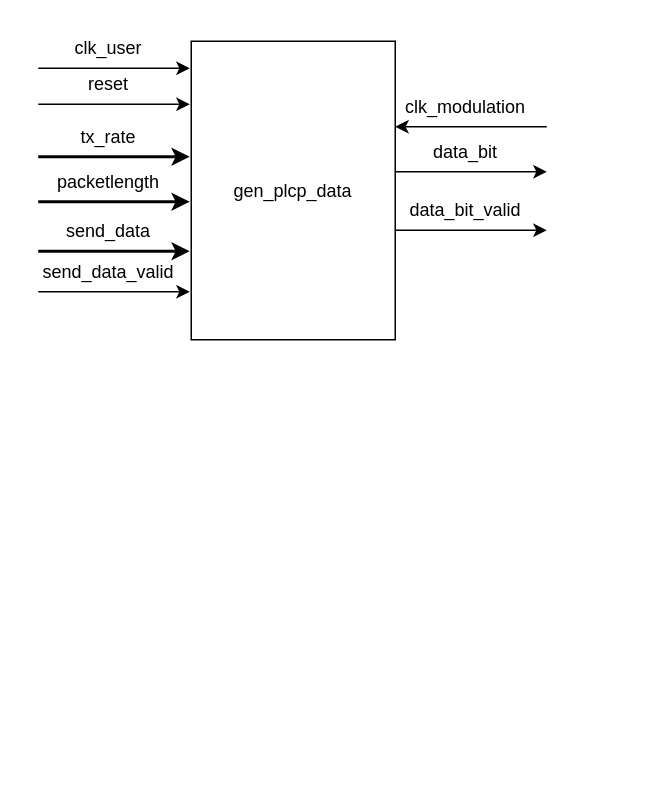
This is source/_posts/2022.4/OFDM-802-11a学习-数据扰码模块/module_design.drawio from black-pigeon/black-pigeon.github.io, a draw.io file, before an edit. Source tidied: cells renumbered, new cells numbered last; positions are measured from the earlier drawing's top-left corner, leaving out a move shared by most shapes. Both pictures are drawn from the tidied source at 150%, with x=0, y=0 at pixel (38, 26).
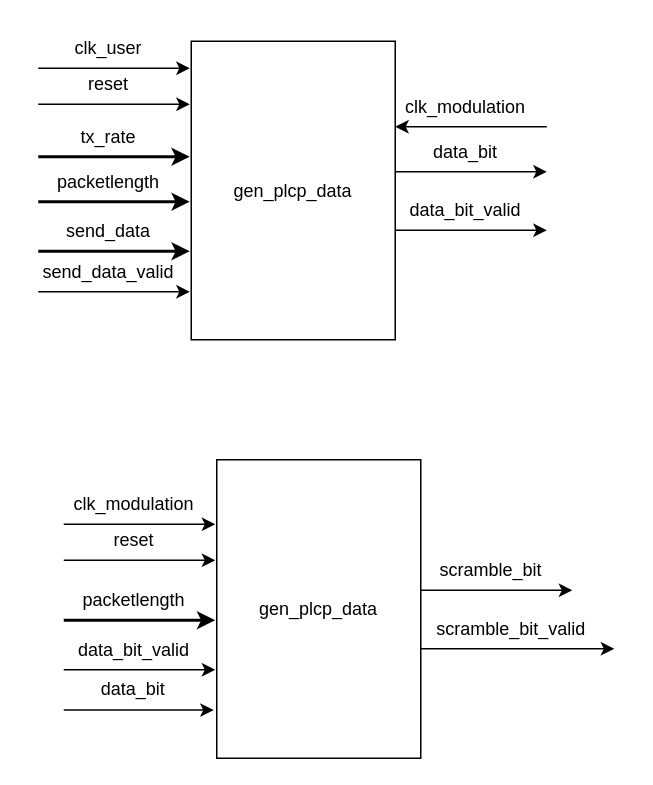
The same page after the edit.

Diff of the diagram source:
```diff
@@
+    <mxCell id="30" value="&lt;font color=&quot;#000000&quot;&gt;gen_plcp_data&lt;/font&gt;" style="rounded=0;whiteSpace=wrap;html=1;fillColor=none;strokeColor=#000000;" parent="1" vertex="1">
+      <mxGeometry x="119" y="289" width="136" height="199" as="geometry" />
+    </mxCell>
+    <mxCell id="31" style="group;" parent="1" vertex="1">
+      <mxGeometry x="17" y="304" width="101" height="30" as="geometry" />
+    </mxCell>
+    <mxCell id="32" style="endArrow=classic;html=1;fontColor=#000000;strokeColor=#000000;" parent="31" edge="1">
+      <mxGeometry relative="1" as="geometry">
+        <mxPoint y="28" as="sourcePoint" />
+        <mxPoint x="101" y="28" as="targetPoint" />
+      </mxGeometry>
+    </mxCell>
+    <mxCell id="33" value="clk_modulation" style="text;html=1;strokeColor=none;fillColor=none;align=center;verticalAlign=middle;whiteSpace=wrap;rounded=0;fontColor=#000000;" parent="31" vertex="1">
+      <mxGeometry x="17" width="60" height="30" as="geometry" />
+    </mxCell>
+    <mxCell id="34" style="group;" parent="1" vertex="1">
+      <mxGeometry x="17" y="328" width="101" height="30" as="geometry" />
+    </mxCell>
+    <mxCell id="35" style="endArrow=classic;html=1;fontColor=#000000;strokeColor=#000000;" parent="34" edge="1">
+      <mxGeometry relative="1" as="geometry">
+        <mxPoint y="28" as="sourcePoint" />
+        <mxPoint x="101" y="28" as="targetPoint" />
+      </mxGeometry>
+    </mxCell>
+    <mxCell id="36" value="reset" style="text;html=1;strokeColor=none;fillColor=none;align=center;verticalAlign=middle;whiteSpace=wrap;rounded=0;fontColor=#000000;" parent="34" vertex="1">
+      <mxGeometry x="17" width="60" height="30" as="geometry" />
+    </mxCell>
+    <mxCell id="37" style="group;" parent="1" vertex="1">
+      <mxGeometry x="17" y="368" width="101" height="30" as="geometry" />
+    </mxCell>
+    <mxCell id="38" style="endArrow=classic;html=1;fontColor=#000000;strokeColor=#000000;strokeWidth=2;" parent="37" edge="1">
+      <mxGeometry relative="1" as="geometry">
+        <mxPoint y="28" as="sourcePoint" />
+        <mxPoint x="101" y="28" as="targetPoint" />
+      </mxGeometry>
+    </mxCell>
+    <mxCell id="39" value="packetlength" style="text;html=1;strokeColor=none;fillColor=none;align=center;verticalAlign=middle;whiteSpace=wrap;rounded=0;fontColor=#000000;" parent="37" vertex="1">
+      <mxGeometry x="17" width="60" height="30" as="geometry" />
+    </mxCell>
+    <mxCell id="40" style="group;" parent="1" vertex="1">
+      <mxGeometry x="17" y="401" width="101" height="30" as="geometry" />
+    </mxCell>
+    <mxCell id="41" style="endArrow=classic;html=1;fontColor=#000000;strokeColor=#000000;strokeWidth=1;" parent="40" edge="1">
+      <mxGeometry relative="1" as="geometry">
+        <mxPoint y="28" as="sourcePoint" />
+        <mxPoint x="101" y="28" as="targetPoint" />
+      </mxGeometry>
+    </mxCell>
+    <mxCell id="42" value="data_bit_valid" style="text;html=1;strokeColor=none;fillColor=none;align=center;verticalAlign=middle;whiteSpace=wrap;rounded=0;fontColor=#000000;" parent="40" vertex="1">
+      <mxGeometry x="17" width="60" height="30" as="geometry" />
+    </mxCell>
+    <mxCell id="43" style="group;" parent="1" vertex="1">
+      <mxGeometry x="17" y="426" width="100" height="32" as="geometry" />
+    </mxCell>
+    <mxCell id="44" style="endArrow=classic;html=1;fontColor=#000000;strokeColor=#000000;" parent="43" edge="1">
+      <mxGeometry relative="1" as="geometry">
+        <mxPoint y="29.9" as="sourcePoint" />
+        <mxPoint x="100" y="29.9" as="targetPoint" />
+      </mxGeometry>
+    </mxCell>
+    <mxCell id="45" value="data_bit" style="text;html=1;strokeColor=none;fillColor=none;align=center;verticalAlign=middle;whiteSpace=wrap;rounded=0;fontColor=#000000;" parent="43" vertex="1">
+      <mxGeometry x="16.8" width="59.4" height="32" as="geometry" />
+    </mxCell>
+    <mxCell id="46" style="group;" parent="1" vertex="1">
+      <mxGeometry x="255" y="348" width="101" height="30" as="geometry" />
+    </mxCell>
+    <mxCell id="47" style="endArrow=classic;html=1;fontColor=#000000;strokeColor=#000000;" parent="46" edge="1">
+      <mxGeometry relative="1" as="geometry">
+        <mxPoint y="28" as="sourcePoint" />
+        <mxPoint x="101" y="28" as="targetPoint" />
+      </mxGeometry>
+    </mxCell>
+    <mxCell id="48" value="scramble_bit" style="text;html=1;strokeColor=none;fillColor=none;align=center;verticalAlign=middle;whiteSpace=wrap;rounded=0;fontColor=#000000;" parent="46" vertex="1">
+      <mxGeometry x="17" width="60" height="30" as="geometry" />
+    </mxCell>
+    <mxCell id="49" style="group;" parent="1" vertex="1">
+      <mxGeometry x="255" y="387" width="129" height="30" as="geometry" />
+    </mxCell>
+    <mxCell id="50" style="endArrow=classic;html=1;fontColor=#000000;strokeColor=#000000;" parent="49" edge="1">
+      <mxGeometry relative="1" as="geometry">
+        <mxPoint y="28" as="sourcePoint" />
+        <mxPoint x="129" y="28" as="targetPoint" />
+      </mxGeometry>
+    </mxCell>
+    <mxCell id="51" value="scramble_bit_valid" style="text;html=1;strokeColor=none;fillColor=none;align=center;verticalAlign=middle;whiteSpace=wrap;rounded=0;fontColor=#000000;" parent="49" vertex="1">
+      <mxGeometry x="21.7" width="76.6" height="30" as="geometry" />
+    </mxCell>
```
